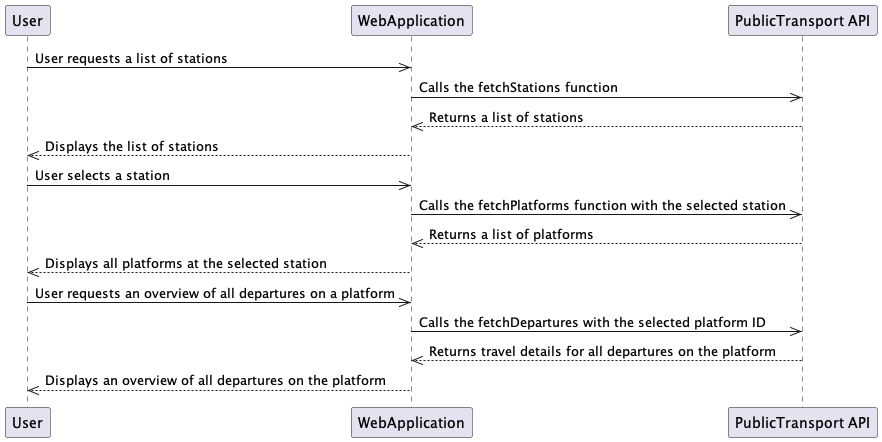
Before: out/kolombusSeq/kolombusSeq.png, a diagram exported from PlantUML (PeterJakobs1/kolombus-internprosjekt).
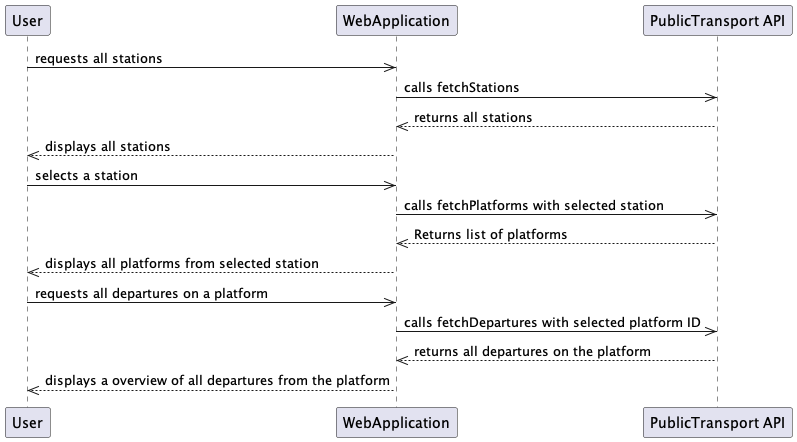
Later version of the same file.

Diff of the diagram source:
```diff
@@ -4,18 +4,18 @@
 participant WebApplication
 participant "PublicTransport API" as PublicTransportAPI
 
-User ->> WebApplication: User requests a list of stations
-WebApplication ->> PublicTransportAPI: Calls the fetchStations function
-PublicTransportAPI -->> WebApplication: Returns a list of stations
-WebApplication -->> User: Displays the list of stations
+User ->> WebApplication: requests all stations
+WebApplication ->> PublicTransportAPI: calls fetchStations
+PublicTransportAPI -->> WebApplication: returns all stations
+WebApplication -->> User: displays all stations
 
-User ->> WebApplication: User selects a station
-WebApplication ->> PublicTransportAPI: Calls the fetchPlatforms function with the selected station
-PublicTransportAPI -->> WebApplication: Returns a list of platforms
-WebApplication -->> User: Displays all platforms at the selected station
+User ->> WebApplication: selects a station
+WebApplication ->> PublicTransportAPI: calls fetchPlatforms with selected station
+PublicTransportAPI -->> WebApplication: Returns list of platforms
+WebApplication -->> User: displays all platforms from selected station
 
-User ->> WebApplication: User requests an overview of all departures on a platform
-WebApplication ->> PublicTransportAPI: Calls the fetchDepartures with the selected platform ID
-PublicTransportAPI -->> WebApplication: Returns travel details for all departures on the platform
-WebApplication -->> User: Displays an overview of all departures on the platform
+User ->> WebApplication: requests all departures on a platform
+WebApplication ->> PublicTransportAPI: calls fetchDepartures with selected platform ID
+PublicTransportAPI -->> WebApplication: returns all departures on the platform
+WebApplication -->> User: displays a overview of all departures from the platform
 @enduml
```
